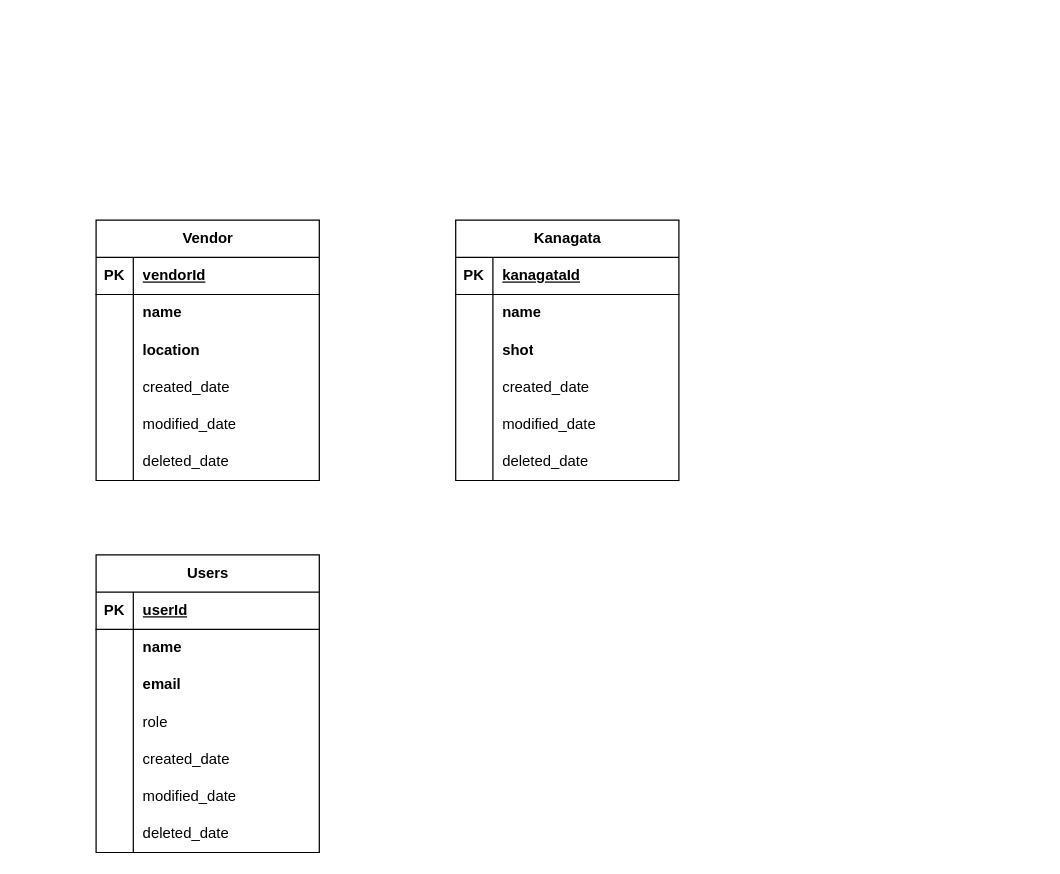
arizmuajianisan/flowchart keeps this draw.io diagram as kanagata-monitoring-system.drawio. Above is the earlier version. Source tidied: cells renumbered, new cells numbered last; positions are measured from the earlier drawing's top-left corner, leaving out a move shared by most shapes. Both pictures are drawn from the tidied source at 124%, with x=0, y=0 at pixel (95, 219).
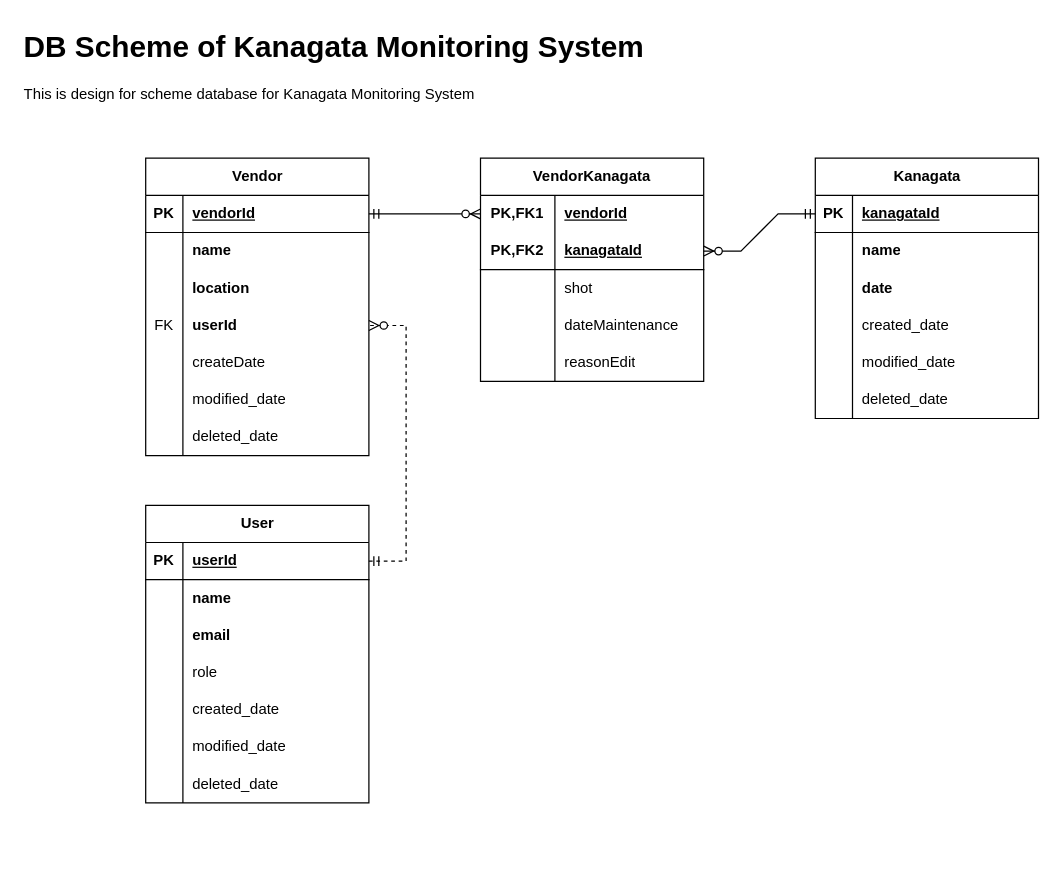
After the change.

The change refers to these unchanged cells:
```xml
<mxCell id="3" style="shape=tableRow;horizontal=0;startSize=0;swimlaneHead=0;swimlaneBody=0;fillColor=none;points=[[0,0.5],[1,0.5]];portConstraint=eastwest;top=0;left=0;right=0;bottom=1;" parent="2" vertex="1">
  <mxGeometry y="30" width="180" height="30" as="geometry" />
</mxCell>
<mxCell id="22" style="shape=tableRow;horizontal=0;startSize=0;swimlaneHead=0;swimlaneBody=0;fillColor=none;points=[[0,0.5],[1,0.5]];portConstraint=eastwest;top=0;left=0;right=0;bottom=1;" parent="21" vertex="1">
  <mxGeometry y="30" width="180" height="30" as="geometry" />
</mxCell>
<mxCell id="44" style="shape=tableRow;horizontal=0;startSize=0;swimlaneHead=0;swimlaneBody=0;fillColor=none;points=[[0,0.5],[1,0.5]];portConstraint=eastwest;top=0;left=0;right=0;bottom=1;" parent="43" vertex="1">
  <mxGeometry y="30" width="180" height="30" as="geometry" />
</mxCell>
<mxCell id="50" style="shape=tableRow;horizontal=0;startSize=0;swimlaneHead=0;swimlaneBody=0;fillColor=none;top=0;left=0;right=0;bottom=0;" parent="43" vertex="1">
  <mxGeometry y="90" width="180" height="30" as="geometry" />
</mxCell>
```

What changed in the source:
```diff
@@
     <mxCell id="2" value="Vendor" style="shape=table;startSize=30;childLayout=tableLayout;rowLines=0;fontStyle=1;align=center;html=1;" parent="1" vertex="1">
-      <mxGeometry width="180" height="210" as="geometry" />
+      <mxGeometry x="40" y="-50" width="180" height="240" as="geometry" />
     </mxCell>
@@
+    <mxCell id="62" style="shape=tableRow;horizontal=0;startSize=0;swimlaneHead=0;swimlaneBody=0;fillColor=none;points=[[0,0.5],[1,0.5]];portConstraint=eastwest;top=0;left=0;right=0;bottom=0;" parent="2" vertex="1">
+      <mxGeometry y="120" width="180" height="30" as="geometry" />
+    </mxCell>
+    <mxCell id="63" value="FK" style="shape=partialRectangle;fillColor=none;top=0;left=0;bottom=0;right=0;overflow=hidden;whiteSpace=wrap;html=1;" parent="62" vertex="1">
+      <mxGeometry width="30" height="30" as="geometry" />
+    </mxCell>
+    <mxCell id="64" value="userId" style="shape=partialRectangle;fillColor=none;top=0;left=0;bottom=0;right=0;align=left;spacingLeft=6;overflow=hidden;whiteSpace=wrap;html=1;fontStyle=1;" parent="62" vertex="1">
+      <mxGeometry x="30" width="150" height="30" as="geometry" />
+    </mxCell>
     <mxCell id="12" style="shape=tableRow;horizontal=0;startSize=0;swimlaneHead=0;swimlaneBody=0;fillColor=none;top=0;left=0;right=0;bottom=0;" parent="2" vertex="1">
-      <mxGeometry y="120" width="180" height="30" as="geometry" />
+      <mxGeometry y="150" width="180" height="30" as="geometry" />
     </mxCell>
@@
-    <mxCell id="14" value="created_date" style="shape=partialRectangle;fillColor=none;top=0;left=0;bottom=0;right=0;align=left;spacingLeft=6;overflow=hidden;whiteSpace=wrap;html=1;" parent="12" vertex="1">
+    <mxCell id="14" value="createDate" style="shape=partialRectangle;fillColor=none;top=0;left=0;bottom=0;right=0;align=left;spacingLeft=6;overflow=hidden;whiteSpace=wrap;html=1;" parent="12" vertex="1">
       <mxGeometry x="30" width="150" height="30" as="geometry" />
     </mxCell>
     <mxCell id="15" style="shape=tableRow;horizontal=0;startSize=0;swimlaneHead=0;swimlaneBody=0;fillColor=none;top=0;left=0;right=0;bottom=0;" parent="2" vertex="1">
-      <mxGeometry y="150" width="180" height="30" as="geometry" />
+      <mxGeometry y="180" width="180" height="30" as="geometry" />
     </mxCell>
@@
     <mxCell id="18" style="shape=tableRow;horizontal=0;startSize=0;swimlaneHead=0;swimlaneBody=0;fillColor=none;top=0;left=0;right=0;bottom=0;" parent="2" vertex="1">
-      <mxGeometry y="180" width="180" height="30" as="geometry" />
+      <mxGeometry y="210" width="180" height="30" as="geometry" />
     </mxCell>
@@
-    <mxCell id="21" value="Users" style="shape=table;startSize=30;childLayout=tableLayout;rowLines=0;fontStyle=1;align=center;html=1;" parent="1" vertex="1">
-      <mxGeometry y="270" width="180" height="240" as="geometry" />
+    <mxCell id="21" value="User" style="shape=table;startSize=30;childLayout=tableLayout;rowLines=0;fontStyle=1;align=center;html=1;" parent="1" vertex="1">
+      <mxGeometry x="40" y="230" width="180" height="240" as="geometry" />
     </mxCell>
@@
     <mxCell id="43" value="Kanagata" style="shape=table;startSize=30;childLayout=tableLayout;rowLines=0;fontStyle=1;align=center;html=1;" parent="1" vertex="1">
-      <mxGeometry x="290" width="180" height="210" as="geometry" />
+      <mxGeometry x="580" y="-50" width="180" height="210" as="geometry" />
     </mxCell>
@@
-    <mxCell id="52" value="shot" style="shape=partialRectangle;fillColor=none;top=0;left=0;bottom=0;right=0;align=left;spacingLeft=6;overflow=hidden;whiteSpace=wrap;html=1;fontStyle=1;" parent="50" vertex="1">
+    <mxCell id="52" value="date" style="shape=partialRectangle;fillColor=none;top=0;left=0;bottom=0;right=0;align=left;spacingLeft=6;overflow=hidden;whiteSpace=wrap;html=1;fontStyle=1;" parent="50" vertex="1">
       <mxGeometry x="30" width="150" height="30" as="geometry" />
     </mxCell>
@@
+    <mxCell id="65" value="&lt;h1 style=&quot;margin-top: 0px;&quot;&gt;DB Scheme of Kanagata Monitoring System&lt;/h1&gt;&lt;p&gt;This is design for scheme database for Kanagata Monitoring System&lt;/p&gt;" style="text;html=1;whiteSpace=wrap;overflow=hidden;rounded=0;align=left;" parent="1" vertex="1">
+      <mxGeometry x="-60" y="-160" width="770" height="120" as="geometry" />
+    </mxCell>
+    <mxCell id="66" value="VendorKanagata" style="shape=table;startSize=30;childLayout=tableLayout;rowLines=0;fontStyle=1;align=center;html=1;whiteSpace=wrap;" parent="1" vertex="1">
+      <mxGeometry x="310" y="-50" width="180" height="180" as="geometry" />
+    </mxCell>
+    <mxCell id="67" style="shape=tableRow;horizontal=0;startSize=0;swimlaneHead=0;swimlaneBody=0;fillColor=none;points=[[0,0.5],[1,0.5]];portConstraint=eastwest;top=0;left=0;right=0;bottom=0;html=1;" parent="66" vertex="1">
+      <mxGeometry y="30" width="180" height="30" as="geometry" />
+    </mxCell>
+    <mxCell id="68" value="PK,FK1" style="shape=partialRectangle;fillColor=none;top=0;left=0;bottom=0;right=0;fontStyle=1;overflow=hidden;html=1;whiteSpace=wrap;" parent="67" vertex="1">
+      <mxGeometry width="60" height="30" as="geometry" />
+    </mxCell>
+    <mxCell id="69" value="vendorId" style="shape=partialRectangle;fillColor=none;top=0;left=0;bottom=0;right=0;align=left;spacingLeft=6;fontStyle=5;overflow=hidden;html=1;whiteSpace=wrap;" parent="67" vertex="1">
+      <mxGeometry x="60" width="120" height="30" as="geometry" />
+    </mxCell>
+    <mxCell id="70" style="shape=tableRow;horizontal=0;startSize=0;swimlaneHead=0;swimlaneBody=0;fillColor=none;points=[[0,0.5],[1,0.5]];portConstraint=eastwest;top=0;left=0;right=0;bottom=1;html=1;" parent="66" vertex="1">
+      <mxGeometry y="60" width="180" height="30" as="geometry" />
+    </mxCell>
+    <mxCell id="71" value="PK,FK2" style="shape=partialRectangle;fillColor=none;top=0;left=0;bottom=0;right=0;fontStyle=1;overflow=hidden;html=1;whiteSpace=wrap;" parent="70" vertex="1">
+      <mxGeometry width="60" height="30" as="geometry" />
+    </mxCell>
+    <mxCell id="72" value="kanagataId" style="shape=partialRectangle;fillColor=none;top=0;left=0;bottom=0;right=0;align=left;spacingLeft=6;fontStyle=5;overflow=hidden;html=1;whiteSpace=wrap;" parent="70" vertex="1">
+      <mxGeometry x="60" width="120" height="30" as="geometry" />
+    </mxCell>
+    <mxCell id="73" style="shape=tableRow;horizontal=0;startSize=0;swimlaneHead=0;swimlaneBody=0;fillColor=none;top=0;left=0;right=0;bottom=0;html=1;" parent="66" vertex="1">
+      <mxGeometry y="90" width="180" height="30" as="geometry" />
+    </mxCell>
+    <mxCell id="74" style="shape=partialRectangle;fillColor=none;top=0;left=0;bottom=0;right=0;overflow=hidden;html=1;whiteSpace=wrap;" parent="73" vertex="1">
+      <mxGeometry width="60" height="30" as="geometry" />
+    </mxCell>
+    <mxCell id="75" value="shot" style="shape=partialRectangle;fillColor=none;top=0;left=0;bottom=0;right=0;align=left;spacingLeft=6;overflow=hidden;html=1;whiteSpace=wrap;" parent="73" vertex="1">
+      <mxGeometry x="60" width="120" height="30" as="geometry" />
+    </mxCell>
+    <mxCell id="76" style="shape=tableRow;horizontal=0;startSize=0;swimlaneHead=0;swimlaneBody=0;fillColor=none;top=0;left=0;right=0;bottom=0;html=1;" parent="66" vertex="1">
+      <mxGeometry y="120" width="180" height="30" as="geometry" />
+    </mxCell>
+    <mxCell id="77" style="shape=partialRectangle;fillColor=none;top=0;left=0;bottom=0;right=0;overflow=hidden;html=1;whiteSpace=wrap;" parent="76" vertex="1">
+      <mxGeometry width="60" height="30" as="geometry" />
+    </mxCell>
+    <mxCell id="78" value="dateMaintenance" style="shape=partialRectangle;fillColor=none;top=0;left=0;bottom=0;right=0;align=left;spacingLeft=6;overflow=hidden;html=1;whiteSpace=wrap;" parent="76" vertex="1">
+      <mxGeometry x="60" width="120" height="30" as="geometry" />
+    </mxCell>
+    <mxCell id="79" style="shape=tableRow;horizontal=0;startSize=0;swimlaneHead=0;swimlaneBody=0;fillColor=none;top=0;left=0;right=0;bottom=0;html=1;" parent="66" vertex="1">
+      <mxGeometry y="150" width="180" height="30" as="geometry" />
+    </mxCell>
+    <mxCell id="80" style="shape=partialRectangle;fillColor=none;top=0;left=0;bottom=0;right=0;overflow=hidden;html=1;whiteSpace=wrap;" parent="79" vertex="1">
+      <mxGeometry width="60" height="30" as="geometry" />
+    </mxCell>
+    <mxCell id="81" value="reasonEdit" style="shape=partialRectangle;fillColor=none;top=0;left=0;bottom=0;right=0;align=left;spacingLeft=6;overflow=hidden;html=1;whiteSpace=wrap;" parent="79" vertex="1">
+      <mxGeometry x="60" width="120" height="30" as="geometry" />
+    </mxCell>
+    <mxCell id="82" style="edgeStyle=entityRelationEdgeStyle;fontSize=12;html=1;endArrow=ERzeroToMany;startArrow=ERmandOne;rounded=0;exitX=1;exitY=0.5;exitDx=0;exitDy=0;entryX=0;entryY=0.5;entryDx=0;entryDy=0;" parent="1" edge="1" source="3" target="67">
+      <mxGeometry relative="1" as="geometry" />
+    </mxCell>
+    <mxCell id="83" style="edgeStyle=entityRelationEdgeStyle;fontSize=12;html=1;endArrow=ERzeroToMany;startArrow=ERmandOne;rounded=0;entryX=1;entryY=0.5;entryDx=0;entryDy=0;" parent="1" edge="1" source="44" target="70">
+      <mxGeometry relative="1" as="geometry" />
+    </mxCell>
+    <mxCell id="84" style="edgeStyle=entityRelationEdgeStyle;fontSize=12;html=1;endArrow=ERzeroToMany;startArrow=ERmandOne;rounded=0;entryX=1;entryY=0.5;entryDx=0;entryDy=0;dashed=1;" parent="1" edge="1" source="22" target="62">
+      <mxGeometry relative="1" as="geometry">
+        <Array as="points">
+          <mxPoint x="260" y="180" />
+        </Array>
+      </mxGeometry>
+    </mxCell>
```
